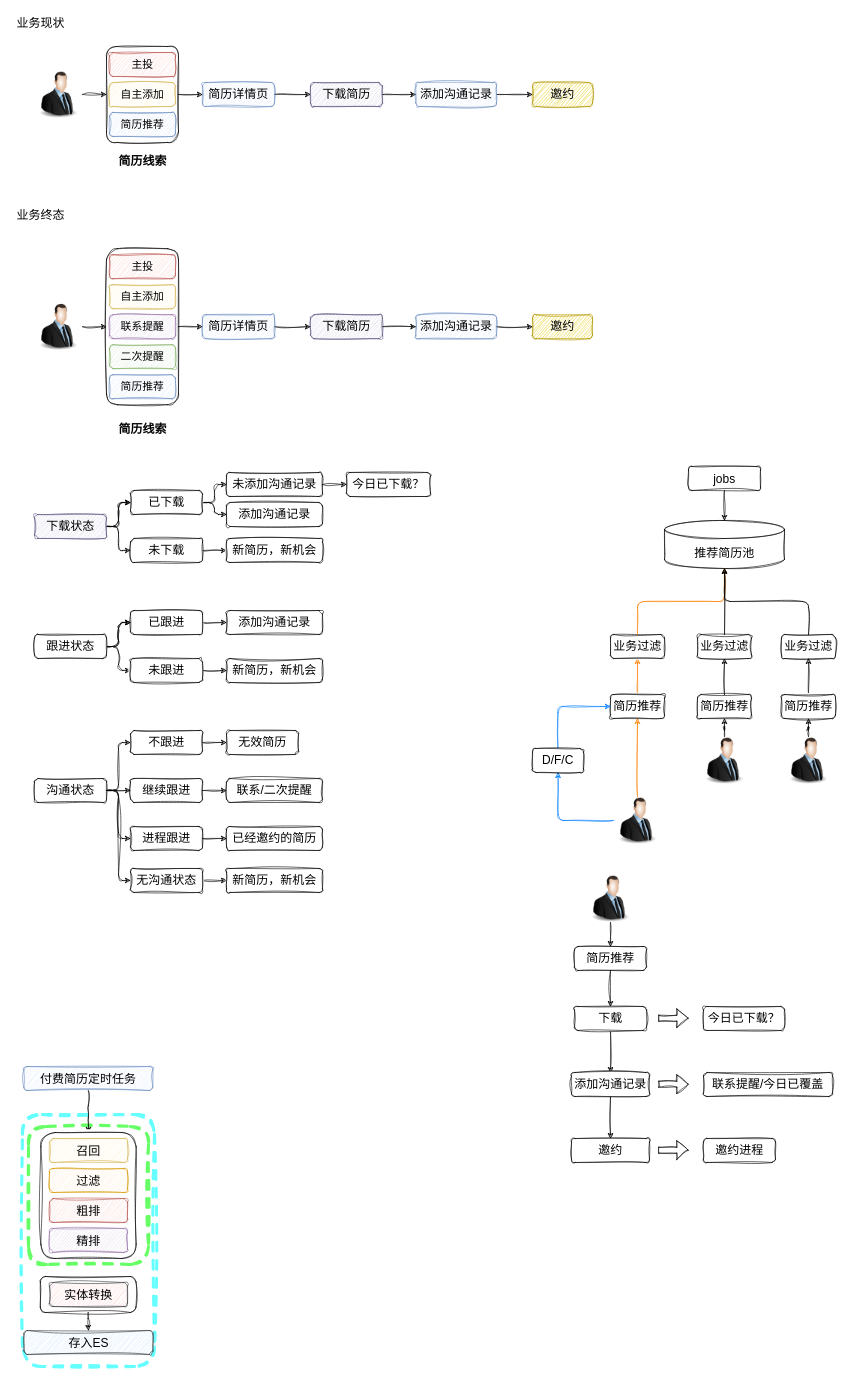
Earlier version of the draw.io diagram 简历推荐优化.drawio (LuOyEbY/draw-b). Source tidied: cells renumbered, new cells numbered last; positions are measured from the earlier drawing's top-left corner, leaving out a move shared by most shapes. Both pictures are drawn from the tidied source at 60%, with x=0, y=0 at pixel (10, 10).
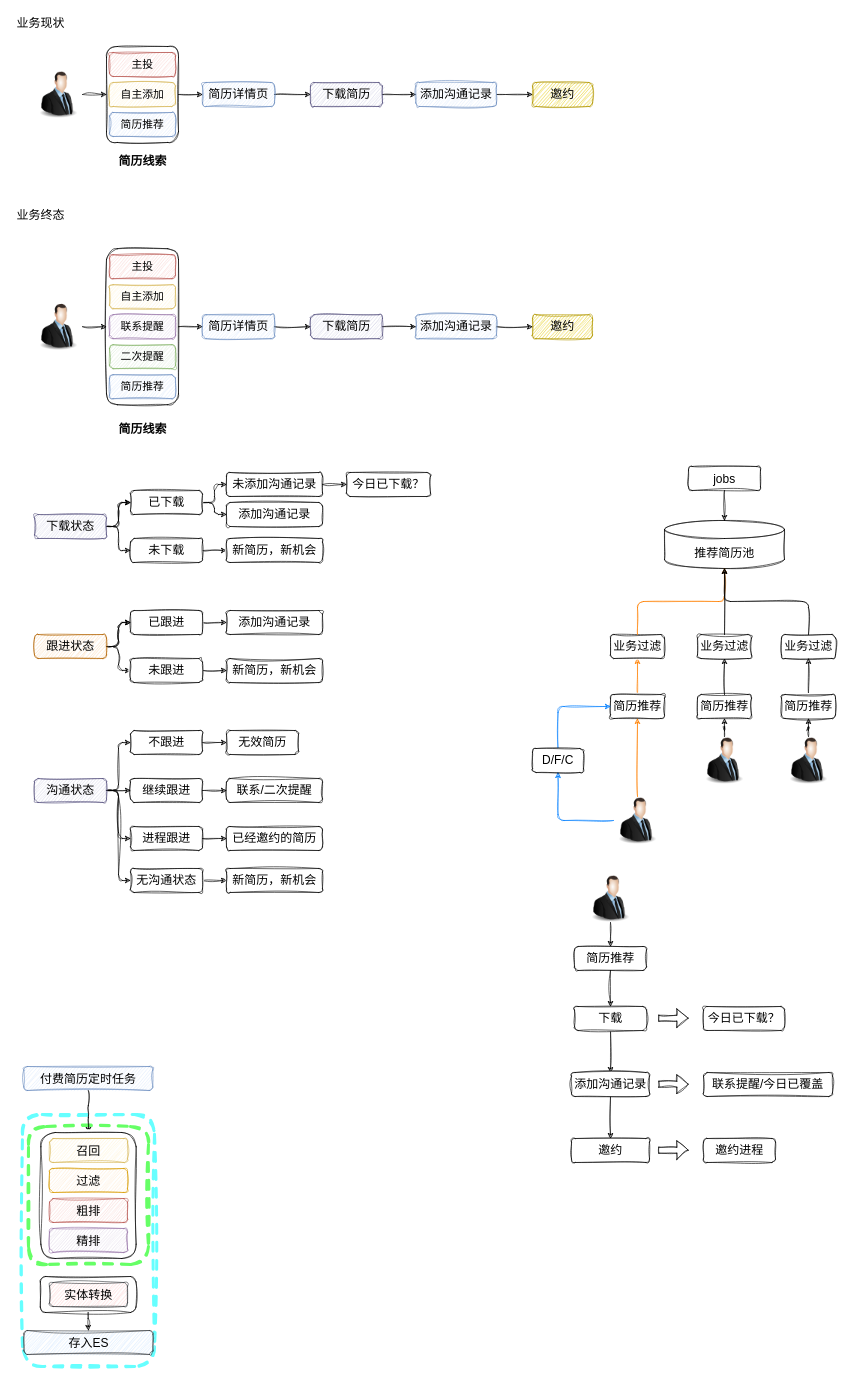
After the change.

Commit message (it also covers changes not shown here):
更新简历推荐优化.drawio

The edit, as a diff of the source:
```diff
@@
-    <mxCell id="59" value="跟进状态" style="whiteSpace=wrap;html=1;verticalAlign=top;labelBackgroundColor=none;fontSize=20;sketch=1;curveFitting=1;jiggle=2;rounded=1;" parent="1" vertex="1">
+    <mxCell id="59" value="跟进状态" style="whiteSpace=wrap;html=1;verticalAlign=top;labelBackgroundColor=none;fontSize=20;sketch=1;curveFitting=1;jiggle=2;rounded=1;fillColor=#fad7ac;strokeColor=#b46504;" parent="1" vertex="1">
       <mxGeometry x="40" y="1040" width="120" height="40" as="geometry" />
     </mxCell>
@@
-    <mxCell id="64" value="沟通状态" style="whiteSpace=wrap;html=1;verticalAlign=top;labelBackgroundColor=none;fontSize=20;sketch=1;curveFitting=1;jiggle=2;rounded=1;" parent="1" vertex="1">
+    <mxCell id="64" value="沟通状态" style="whiteSpace=wrap;html=1;verticalAlign=top;labelBackgroundColor=none;fontSize=20;sketch=1;curveFitting=1;jiggle=2;rounded=1;fillColor=#d0cee2;strokeColor=#56517e;" parent="1" vertex="1">
       <mxGeometry x="40" y="1280" width="120" height="40" as="geometry" />
     </mxCell>
```
